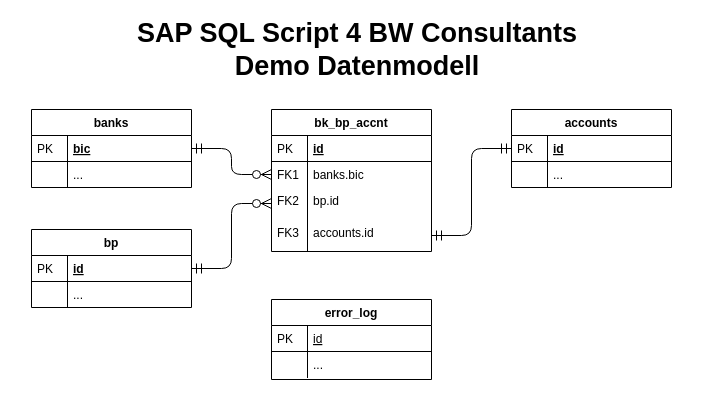
The draw.io diagram ERM/Demo-Datenmodell.drawio in harry2303/SQL-Script-4-BW-Consultants, before the edit. Source tidied: cells renumbered, new cells numbered last; positions are measured from the earlier drawing's top-left corner, leaving out a move shared by most shapes. Both pictures are drawn from the tidied source at 100%, with x=0, y=0 at pixel (17, 19).
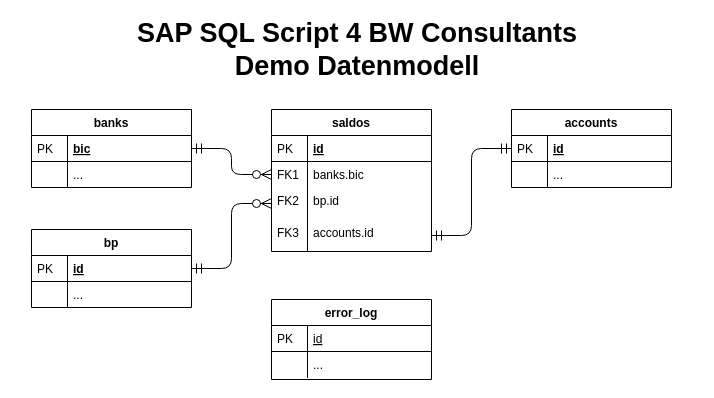
The same page after the edit.

Commit message (it also covers changes not shown here):
modified data model

The edit, as a diff of the source:
```diff
@@
-    <mxCell id="12" value="bk_bp_accnt" style="swimlane;fontStyle=1;horizontal=1;startSize=26;rounded=0;shadow=0;strokeWidth=1;" parent="1" vertex="1">
+    <mxCell id="12" value="saldos" style="swimlane;fontStyle=1;horizontal=1;startSize=26;rounded=0;shadow=0;strokeWidth=1;" parent="1" vertex="1">
       <mxGeometry x="254" y="90" width="160" height="142" as="geometry" />
     </mxCell>
```
